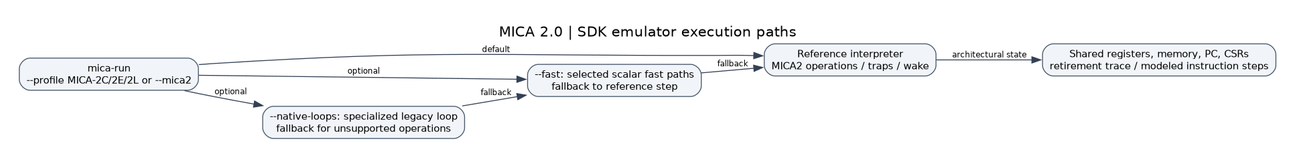
This is schematics/16-emulator-architecture.png from RobertFlexx/MICA, a Graphviz export, as it was before one commit. Its source is kept beside it as schematics/16-emulator-architecture.dot.
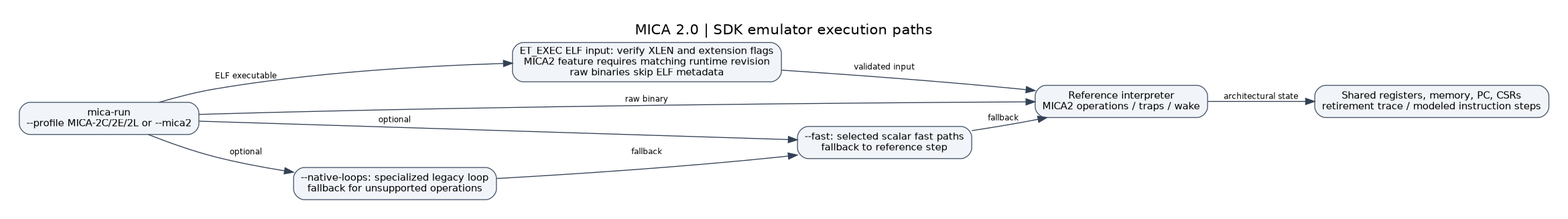
The same file after the commit.

Change to the diagram source:
```diff
@@ -4,11 +4,14 @@
 edge [fontname="DejaVu Sans",fontsize=9,color="#334155"];
 label="MICA 2.0 | SDK emulator execution paths";
 cli [label="mica-run\n--profile MICA-2C/2E/2L or --mica2"];
+elf [label="ET_EXEC ELF input: verify XLEN and extension flags\nMICA2 feature requires matching runtime revision\nraw binaries skip ELF metadata"];
 reference [label="Reference interpreter\nMICA2 operations / traps / wake"];
 fast [label="--fast: selected scalar fast paths\nfallback to reference step"];
 native [label="--native-loops: specialized legacy loop\nfallback for unsupported operations"];
 state [label="Shared registers, memory, PC, CSRs\nretirement trace / modeled instruction steps"];
-cli -> reference [label="default"];
+cli -> elf [label="ELF executable"];
+elf -> reference [label="validated input"];
+cli -> reference [label="raw binary"];
 cli -> fast [label="optional"];
 cli -> native [label="optional"];
 native -> fast [label="fallback"];
```
